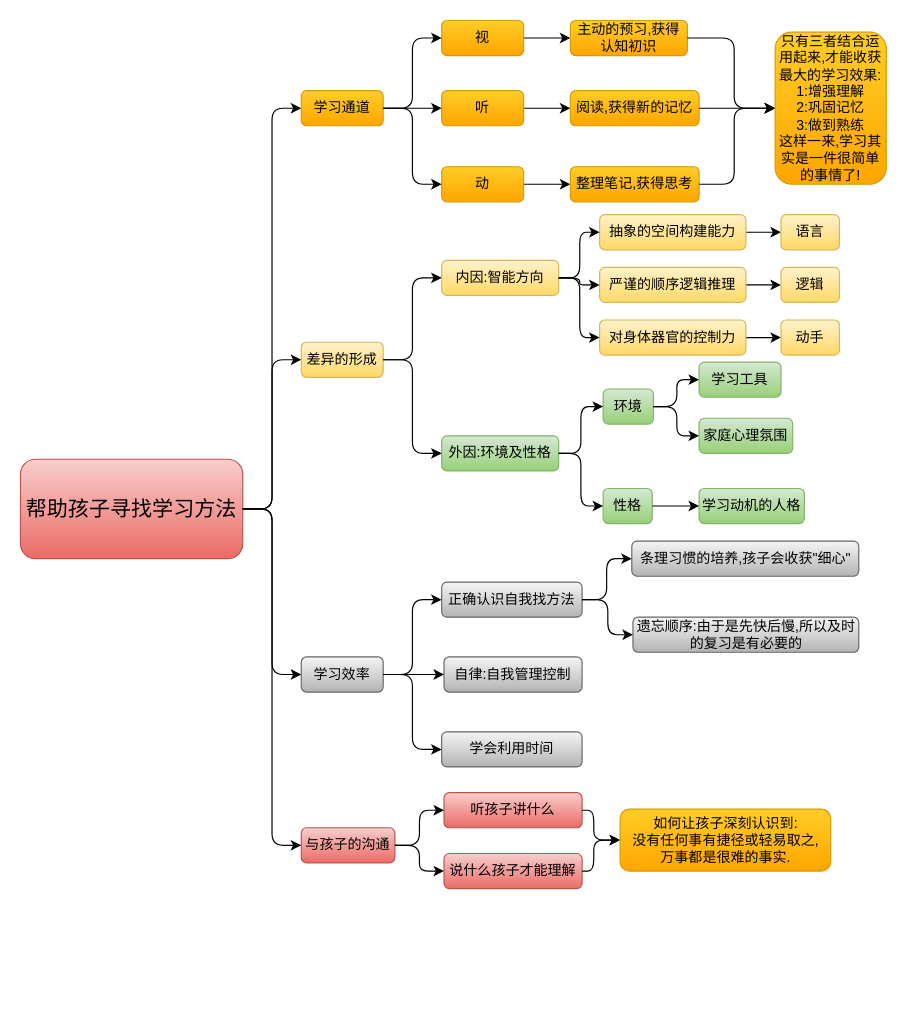
The draw.io diagram 孩子学习培养.drawio in UTOUUCENTER-CD/draw.io, before the edit. Source tidied: cells renumbered, new cells numbered last; positions are measured from the earlier drawing's top-left corner, leaving out a move shared by most shapes. Both pictures are drawn from the tidied source at 117%, with x=0, y=0 at pixel (20, 20).
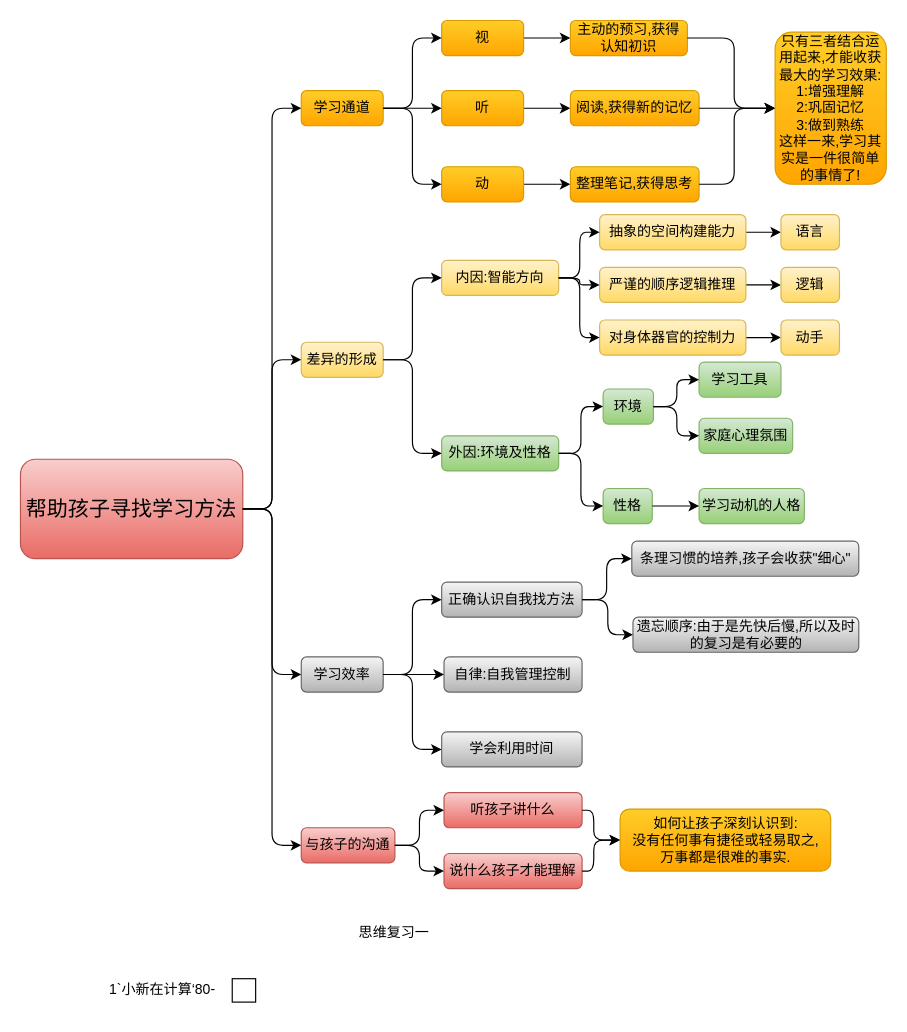
After the change.

Commit message:
Update 孩子学习培养.drawio

Diff of the diagram source:
```diff
@@
+    <mxCell id="70" value="&lt;br&gt;&lt;br&gt;&lt;br&gt;思维复习一&lt;br&gt;&lt;br&gt;&lt;br&gt;&lt;br&gt;&lt;br&gt;" style="text;html=1;align=center;verticalAlign=middle;" parent="1" vertex="1">
+      <mxGeometry x="279" y="727" width="80" height="120" as="geometry" />
+    </mxCell>
+    <mxCell id="71" value="1`小新在计算‘80-" style="text;html=1;align=center;verticalAlign=middle;" parent="1" vertex="1">
+      <mxGeometry x="61" y="819" width="120" height="20" as="geometry" />
+    </mxCell>
+    <mxCell id="72" style="whiteSpace=wrap;html=1;" parent="1" vertex="1">
+      <mxGeometry x="181" y="819" width="20" height="20" as="geometry" />
+    </mxCell>
```
